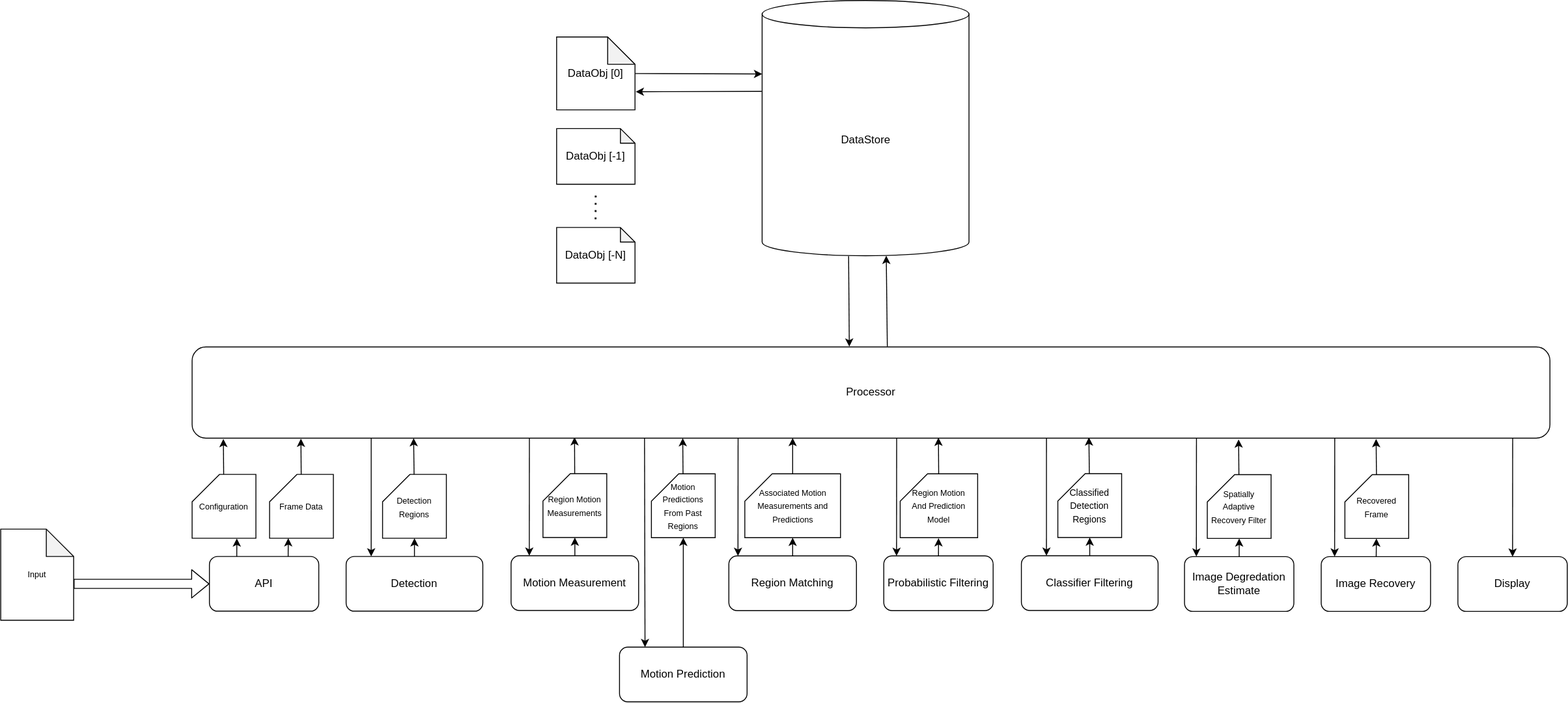
Before: docs/dataflow.drawio.svg, a diagram exported from draw.io (emlyons/mcf). Source tidied: cells renumbered, new cells last; positions are measured from the earlier drawing's top-left corner, leaving out a move shared by most shapes.
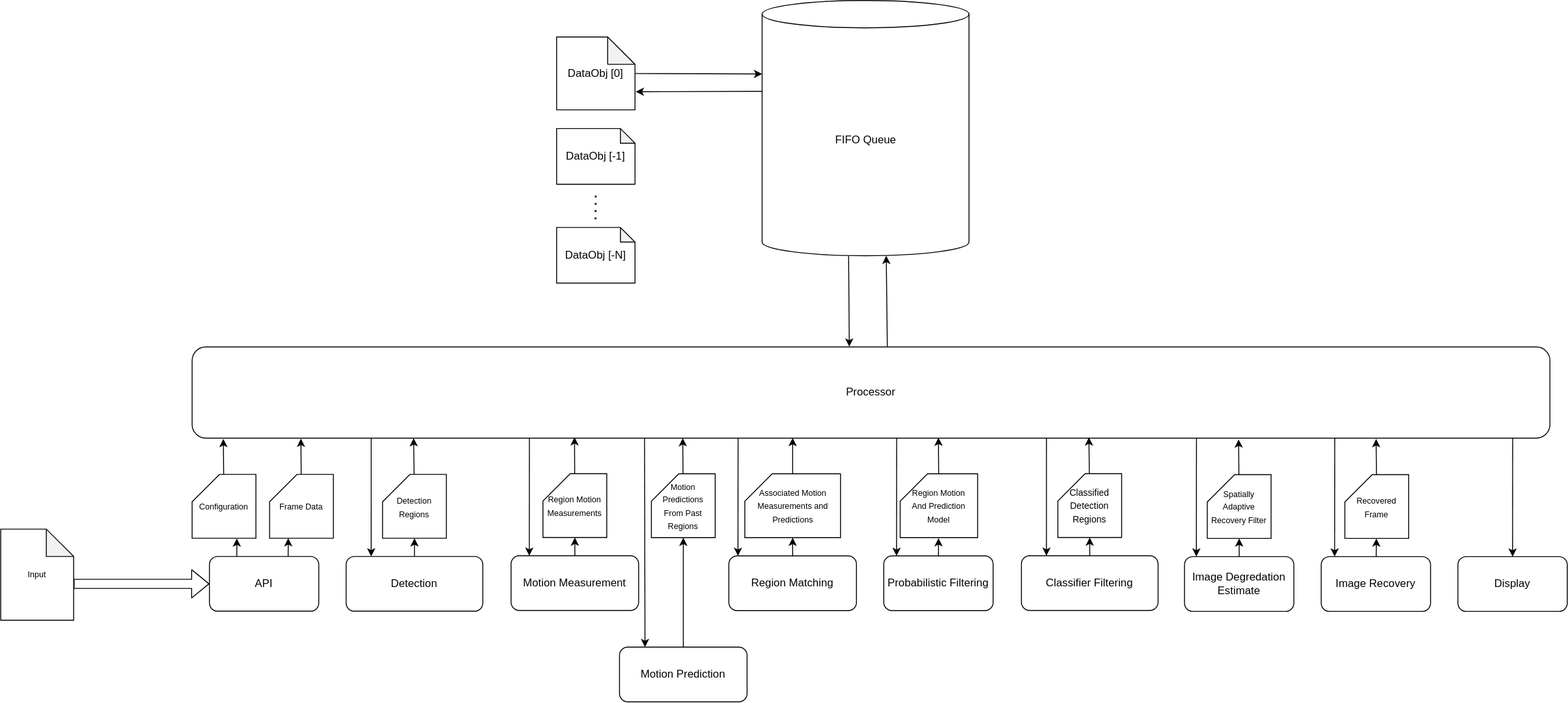
The same file after the commit.

Commit message:
doc update naming consistency

What changed in the source:
```diff
@@ -204,7 +204,7 @@
     <mxCell id="53" style="edgeStyle=none;html=1;exitX=-0.002;exitY=0.356;exitDx=0;exitDy=0;exitPerimeter=0;entryX=1.009;entryY=0.751;entryDx=0;entryDy=0;entryPerimeter=0;" parent="1" edge="1" source="54" target="60">
       <mxGeometry relative="1" as="geometry" />
     </mxCell>
-    <mxCell id="54" value="DataStore" style="shape=cylinder3;whiteSpace=wrap;html=1;boundedLbl=1;backgroundOutline=1;size=15;" parent="1" vertex="1">
+    <mxCell id="54" value="FIFO Queue" style="shape=cylinder3;whiteSpace=wrap;html=1;boundedLbl=1;backgroundOutline=1;size=15;" parent="1" vertex="1">
       <mxGeometry x="835.5" width="227" height="280" as="geometry" />
     </mxCell>
     <mxCell id="55" value="DataObj [-N]" style="shape=note;whiteSpace=wrap;html=1;backgroundOutline=1;darkOpacity=0.05;size=16;" parent="1" vertex="1">
```
